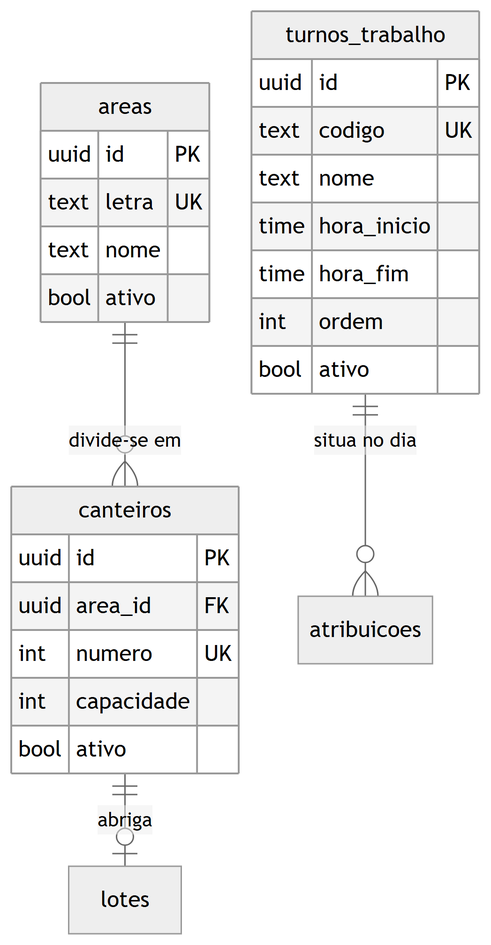
Earlier version of the Mermaid export docs/engenharia/modelo-dados-pt/img/fig11-cadastros-viveiro.png (JoaoMudar/mudar). Its source is kept beside it as docs/engenharia/modelo-dados-pt/mmd/fig11-cadastros-viveiro.mmd. Its diagram source:
```mermaid
erDiagram
  areas {
    uuid id PK
    text letra UK
    text nome
    bool ativo
  }
  canteiros {
    uuid id PK
    uuid area_id FK
    int numero UK
    int capacidade
    bool ativo
  }
  turnos_trabalho {
    uuid id PK
    text codigo UK
    text nome
    time hora_inicio
    time hora_fim
    int ordem
    bool ativo
  }
  lotes {
  }
  atribuicoes {
  }

  areas           ||--o{ canteiros    : "divide-se em"
  canteiros       ||--o| lotes        : "abriga"
  turnos_trabalho ||--o{ atribuicoes  : "situa no dia"
```
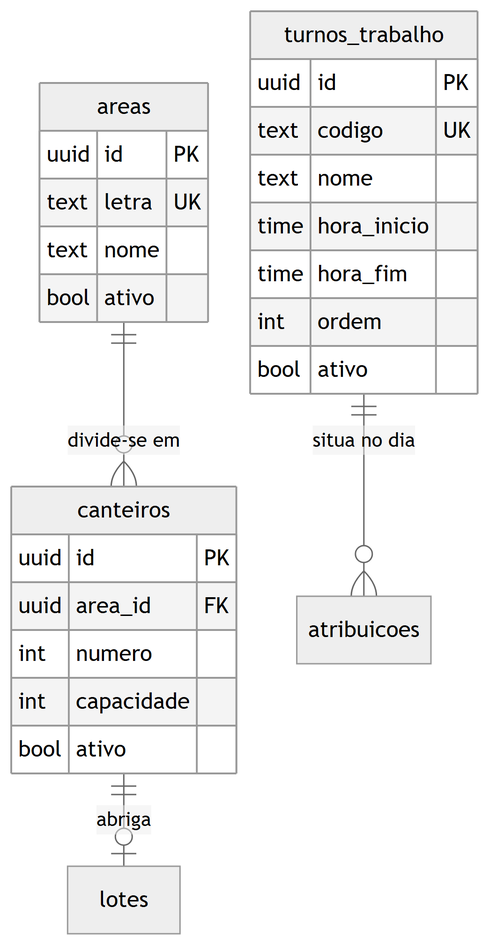
Above is the later version.

Commit message:
auto(claude): commit automatico na branch docs/quadros-regras-e-requisitos

Branch: docs/quadros-regras-e-requisitos
Data: 2026-08-25 20:30:32
Arquivos alterados (2):
docs/engenharia/modelo-dados-pt/img/fig11-cadastros-viveiro.png
docs/engenharia/modelo-dados-pt/mmd/fig11-cadastros-viveiro.mmd

[commit automatico gerado pelo Claude Code]

Diff of the diagram source:
```diff
@@ -8,7 +8,7 @@
   canteiros {
     uuid id PK
     uuid area_id FK
-    int numero UK
+    int numero
     int capacidade
     bool ativo
   }
```
